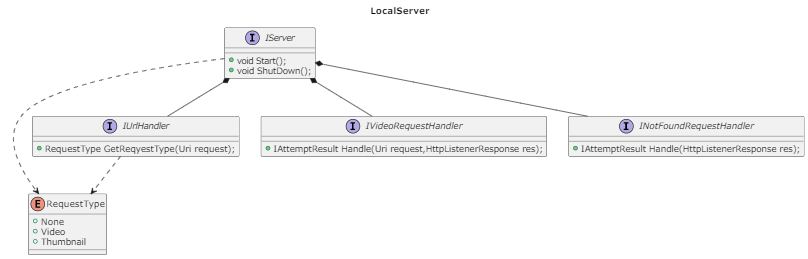
Before: Niconicome/Design/LocalServer/LocalServer.png, a diagram exported from PlantUML (Hayao-H/Niconicome). Its source is kept beside it as Niconicome/Design/LocalServer/LocalServer.pu.
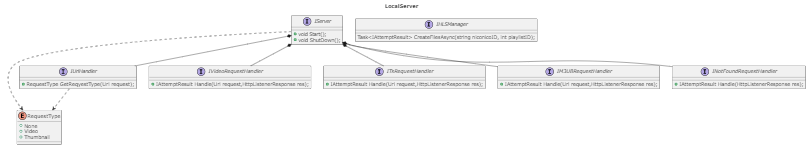
The same diagram one commit later.

Commit message:
[変更]設計を変更

Diff of the diagram source:
```diff
@@ -11,6 +11,10 @@
 interface IServer {
     + void Start();
     + void ShutDown();
+}
+
+interface IHLSManager {
+    Task<IAttemptResult> CreateFilesAsync(string niconicoID, int playlistID);
 }
 
 interface IUrlHandler {
```
